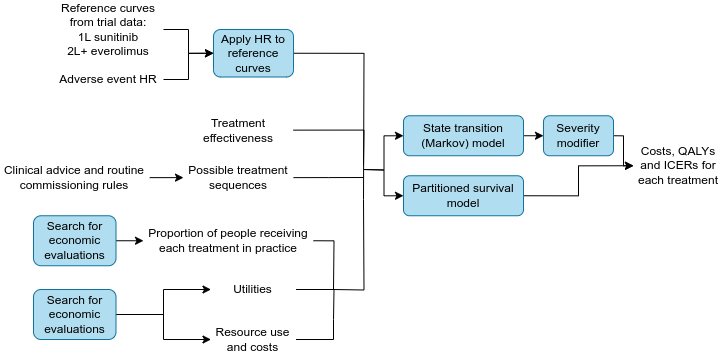
This is docs/images/detailed_stage567.drawio.png from nice-digital/NICE-model-repo, a draw.io export, as it was before one commit. Source tidied: cells renumbered, new cells last; positions are measured from the earlier drawing's top-left corner, leaving out a move shared by most shapes.
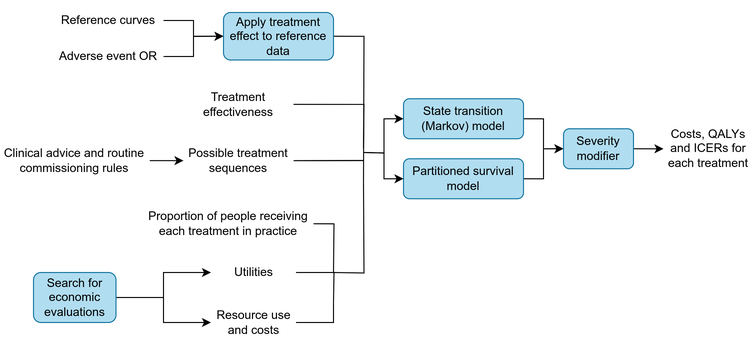
Later version of the same file.

The edit, as a diff of the source:
```diff
@@ -8,21 +8,21 @@
       </mxGeometry>
     </mxCell>
     <mxCell id="3" value="Treatment effectiveness" style="rounded=1;whiteSpace=wrap;html=1;fillColor=none;strokeColor=none;" parent="1" vertex="1">
-      <mxGeometry x="184" y="108.8" width="110" height="23.8" as="geometry" />
+      <mxGeometry x="184" y="100" width="110" height="23.8" as="geometry" />
     </mxCell>
     <mxCell id="4" style="edgeStyle=orthogonalEdgeStyle;rounded=0;jettySize=auto;html=1;exitX=1;exitY=0.5;exitDx=0;exitDy=0;entryX=0;entryY=0.5;entryDx=0;entryDy=0;" parent="1" edge="1" source="5" target="7">
       <mxGeometry relative="1" as="geometry" />
     </mxCell>
-    <mxCell id="5" value="Adverse event HR" style="rounded=1;whiteSpace=wrap;html=1;fillColor=none;strokeColor=none;" parent="1" vertex="1">
-      <mxGeometry x="54" y="55" width="110" height="30" as="geometry" />
+    <mxCell id="5" value="Adverse event OR" style="rounded=1;whiteSpace=wrap;html=1;fillColor=none;strokeColor=none;" parent="1" vertex="1">
+      <mxGeometry x="54" y="49" width="110" height="30" as="geometry" />
     </mxCell>
     <mxCell id="6" style="edgeStyle=orthogonalEdgeStyle;rounded=0;jettySize=auto;html=1;exitX=1;exitY=0.5;exitDx=0;exitDy=0;endArrow=none;endFill=0;" parent="1" edge="1" source="7">
       <mxGeometry relative="1" as="geometry">
         <mxPoint x="364" y="190" as="targetPoint" />
       </mxGeometry>
     </mxCell>
-    <mxCell id="7" value="Apply HR to reference curves" style="rounded=1;whiteSpace=wrap;html=1;fillColor=#b1ddf0;strokeColor=#10739e;" parent="1" vertex="1">
-      <mxGeometry x="214" y="20" width="80" height="47.5" as="geometry" />
+    <mxCell id="7" value="Apply treatment effect to reference data" style="rounded=1;whiteSpace=wrap;html=1;fillColor=#b1ddf0;strokeColor=#10739e;" parent="1" vertex="1">
+      <mxGeometry x="224" y="20" width="110" height="47.5" as="geometry" />
     </mxCell>
     <mxCell id="8" style="edgeStyle=orthogonalEdgeStyle;rounded=0;jettySize=auto;html=1;exitX=1;exitY=0.5;exitDx=0;exitDy=0;endArrow=none;endFill=0;" parent="1" edge="1" source="9">
       <mxGeometry relative="1" as="geometry">
@@ -58,14 +58,14 @@
     <mxCell id="16" value="State transition (Markov) model" style="rounded=1;whiteSpace=wrap;html=1;fillColor=#b1ddf0;strokeColor=#10739e;" parent="1" vertex="1">
       <mxGeometry x="404" y="106.2" width="120" height="40" as="geometry" />
     </mxCell>
-    <mxCell id="17" style="edgeStyle=orthogonalEdgeStyle;rounded=0;jettySize=auto;html=1;exitX=1;exitY=0.5;exitDx=0;exitDy=0;entryX=0;entryY=0.5;entryDx=0;entryDy=0;" parent="1" edge="1" source="18" target="19">
-      <mxGeometry relative="1" as="geometry" />
-    </mxCell>
+    <mxCell id="36" style="edgeStyle=orthogonalEdgeStyle;rounded=0;jettySize=auto;html=1;exitX=1;exitY=0.5;exitDx=0;exitDy=0;entryX=0;entryY=0.5;entryDx=0;entryDy=0;" parent="1" edge="1" source="18" target="25">
+      <mxGeometry relative="1" as="geometry" />
+    </mxCell>
     <mxCell id="18" value="Partitioned survival model" style="rounded=1;whiteSpace=wrap;html=1;fillColor=#b1ddf0;strokeColor=#10739e;" parent="1" vertex="1">
       <mxGeometry x="404" y="166.2" width="120" height="40" as="geometry" />
     </mxCell>
     <mxCell id="19" value="Costs, QALYs and ICERs for each treatment" style="rounded=0;whiteSpace=wrap;html=1;fillColor=none;strokeColor=none;" parent="1" vertex="1">
-      <mxGeometry x="634" y="132.5" width="90" height="47.5" as="geometry" />
+      <mxGeometry x="664" y="132.5" width="90" height="47.5" as="geometry" />
     </mxCell>
     <mxCell id="20" style="endArrow=classic;html=1;rounded=0;entryX=0;entryY=0.5;entryDx=0;entryDy=0;edgeStyle=orthogonalEdgeStyle;" parent="1" edge="1" target="16">
       <mxGeometry relative="1" as="geometry">
@@ -80,19 +80,14 @@
     <mxCell id="22" style="edgeStyle=orthogonalEdgeStyle;rounded=0;jettySize=auto;html=1;exitX=1;exitY=0.5;exitDx=0;exitDy=0;entryX=0;entryY=0.5;entryDx=0;entryDy=0;" parent="1" edge="1" source="23" target="7">
       <mxGeometry relative="1" as="geometry" />
     </mxCell>
-    <mxCell id="23" value="Reference curves from trial data:&lt;div&gt;1L sunitinib&lt;/div&gt;&lt;div&gt;2L+ everolimus&lt;/div&gt;" style="rounded=1;whiteSpace=wrap;html=1;fillColor=none;strokeColor=none;" parent="1" vertex="1">
-      <mxGeometry x="54" width="110" height="40" as="geometry" />
+    <mxCell id="23" value="Reference curves" style="rounded=1;whiteSpace=wrap;html=1;fillColor=none;strokeColor=none;" parent="1" vertex="1">
+      <mxGeometry x="54" y="8" width="110" height="40" as="geometry" />
     </mxCell>
-    <mxCell id="24" style="edgeStyle=orthogonalEdgeStyle;rounded=0;jettySize=auto;html=1;exitX=1;exitY=0.5;exitDx=0;exitDy=0;entryX=0;entryY=0.5;entryDx=0;entryDy=0;" parent="1" edge="1" source="25" target="19">
-      <mxGeometry relative="1" as="geometry">
-        <Array as="points">
-          <mxPoint x="624" y="126" />
-          <mxPoint x="624" y="156" />
-        </Array>
-      </mxGeometry>
+    <mxCell id="24" style="edgeStyle=orthogonalEdgeStyle;rounded=0;jettySize=auto;html=1;exitX=1;exitY=0.5;exitDx=0;exitDy=0;" parent="1" edge="1" source="25" target="19">
+      <mxGeometry relative="1" as="geometry" />
     </mxCell>
     <mxCell id="25" value="Severity modifier" style="rounded=1;whiteSpace=wrap;html=1;fillColor=#b1ddf0;strokeColor=#10739e;" parent="1" vertex="1">
-      <mxGeometry x="544" y="106.2" width="70" height="40" as="geometry" />
+      <mxGeometry x="564" y="136.2" width="70" height="40" as="geometry" />
     </mxCell>
     <mxCell id="26" style="endArrow=none;html=1;rounded=0;edgeStyle=orthogonalEdgeStyle;endFill=0;" parent="1" edge="1">
       <mxGeometry relative="1" as="geometry">
@@ -108,12 +103,6 @@
     <mxCell id="28" value="Proportion of people receiving each treatment in practice" style="rounded=1;whiteSpace=wrap;html=1;fillColor=none;strokeColor=none;" parent="1" vertex="1">
       <mxGeometry x="144" y="206.2" width="170" height="50" as="geometry" />
     </mxCell>
-    <mxCell id="29" style="edgeStyle=orthogonalEdgeStyle;rounded=0;jettySize=auto;html=1;exitX=1;exitY=0.5;exitDx=0;exitDy=0;entryX=0;entryY=0.5;entryDx=0;entryDy=0;" parent="1" edge="1" source="30" target="28">
-      <mxGeometry relative="1" as="geometry" />
-    </mxCell>
-    <mxCell id="30" value="Search for economic evaluations" style="rounded=1;whiteSpace=wrap;html=1;fillColor=#b1ddf0;strokeColor=#10739e;" parent="1" vertex="1">
-      <mxGeometry x="34" y="206.2" width="82.5" height="50" as="geometry" />
-    </mxCell>
     <mxCell id="31" style="edgeStyle=orthogonalEdgeStyle;rounded=0;orthogonalLoop=1;jettySize=auto;html=1;exitX=0.5;exitY=1;exitDx=0;exitDy=0;" parent="1" edge="1" source="3" target="3">
       <mxGeometry relative="1" as="geometry" />
     </mxCell>
```
